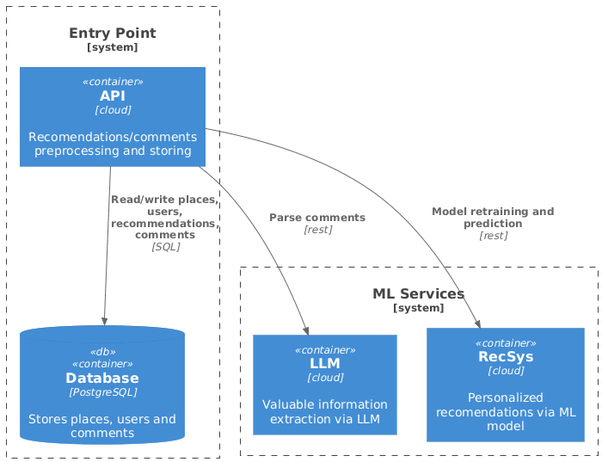
Above: docs/architecture/recsystem/recsystem.png in Liguha/Relax-Places (PlantUML), before the change. Its source is kept beside it as docs/architecture/recsystem/recsystem.puml. The source it was exported from:
```plantuml
@startuml
!include https://raw.githubusercontent.com/plantuml-stdlib/C4-PlantUML/master/C4_Container.puml

System_Boundary(apiSystem, "Entry Point") {
    Container(api, "API", "cloud", "Recomendations/comments preprocessing and storing")
    ContainerDb(database, "Database", "PostgreSQL", "Stores places, users and comments", $tags="db")
}

System_Boundary(mlServices, "ML Services") {
    Container(llm, "LLM", "cloud", "Valuable information extraction via LLM")
    Container(recsys, "RecSys", "cloud", "Personalized recomendations via ML model")
}

Rel(api, database, "Read/write places, users, recommendations, comments", "SQL")
Rel(api, llm, "Parse comments", "rest")
Rel(api, recsys, "Model retraining and prediction", "rest")

@enduml
```
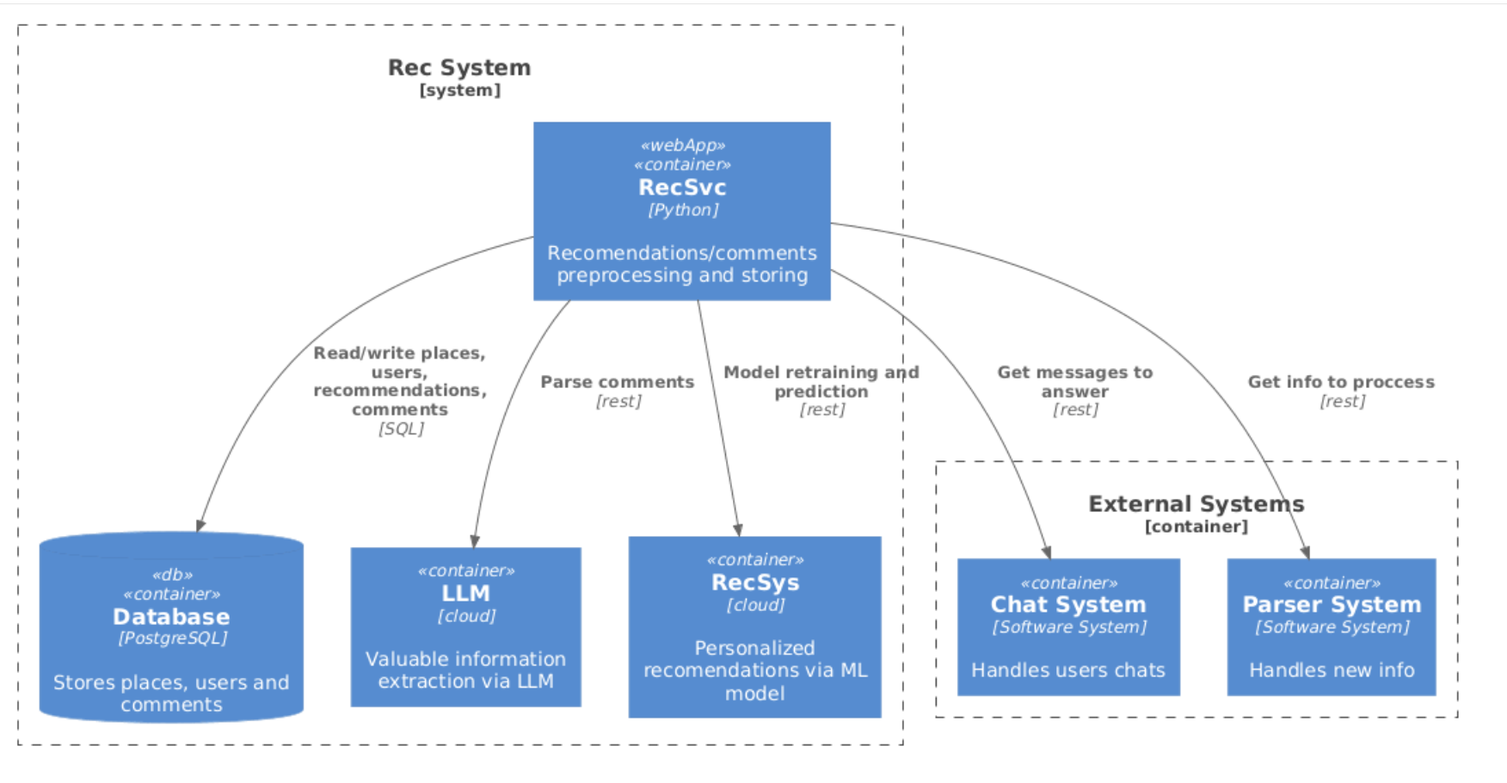
After the commit.

What changed in the source:
```diff
@@ -1,18 +1,23 @@
 @startuml
 !include https://raw.githubusercontent.com/plantuml-stdlib/C4-PlantUML/master/C4_Container.puml
 
-System_Boundary(apiSystem, "Entry Point") {
-    Container(api, "API", "cloud", "Recomendations/comments preprocessing and storing")
-    ContainerDb(database, "Database", "PostgreSQL", "Stores places, users and comments", $tags="db")
-}
-
-System_Boundary(mlServices, "ML Services") {
+System_Boundary(recSystem, "Rec System") {
+    Container(recSvc, "RecSvc", "Python", "Recomendations/comments preprocessing and storing", $tags="webApp")
+    ContainerDb(recDb, "Database", "PostgreSQL", "Stores places, users and comments", $tags="db")
     Container(llm, "LLM", "cloud", "Valuable information extraction via LLM")
     Container(recsys, "RecSys", "cloud", "Personalized recomendations via ML model")
 }
 
-Rel(api, database, "Read/write places, users, recommendations, comments", "SQL")
-Rel(api, llm, "Parse comments", "rest")
-Rel(api, recsys, "Model retraining and prediction", "rest")
+Container_Boundary(externalSystems, "External Systems") {
+    Container(chatsSystem, "Chat System", "Software System", "Handles users chats")
+    Container(parserSystem, "Parser System", "Software System", "Handles new info")
+}
+
+Rel(recSvc, recDb, "Read/write places, users, recommendations, comments", "SQL")
+Rel(recSvc, llm, "Parse comments", "rest")
+Rel(recSvc, recsys, "Model retraining and prediction", "rest")
+Rel(recSvc, chatsSystem, "Get messages to answer", "rest")
+Rel(recSvc, parserSystem, "Get info to proccess", "rest")
+
 
 @enduml
```
